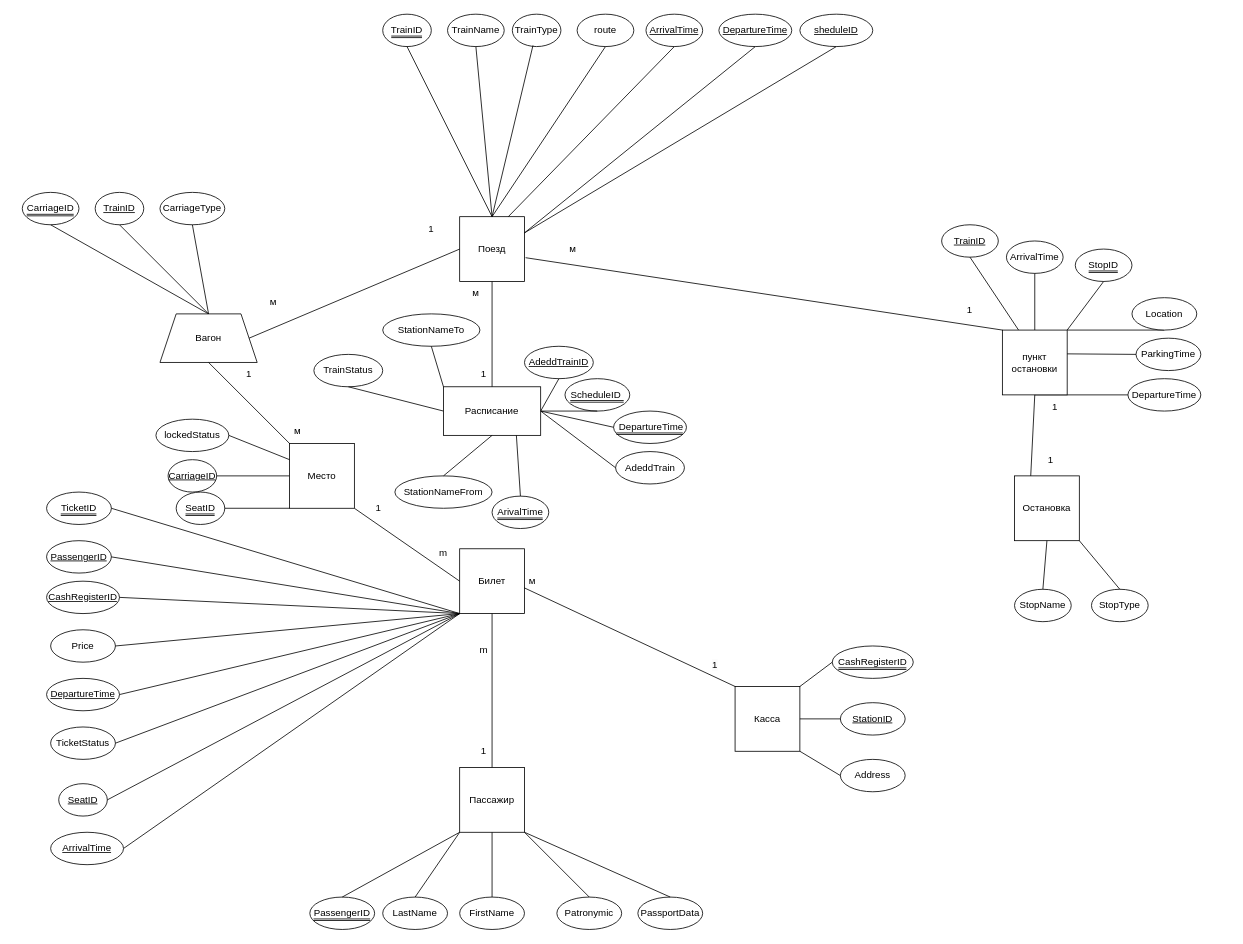
Above: lr2/lab2hurs.drawio in marinagovorova/DATABASES_ICT_2-3s_2022-2023_2023-2024 (draw.io), before the change. Source tidied: cells renumbered, new cells numbered last; positions are measured from the earlier drawing's top-left corner, leaving out a move shared by most shapes. Both pictures are drawn from the tidied source at 81%, with x=0, y=0 at pixel (22, 14).
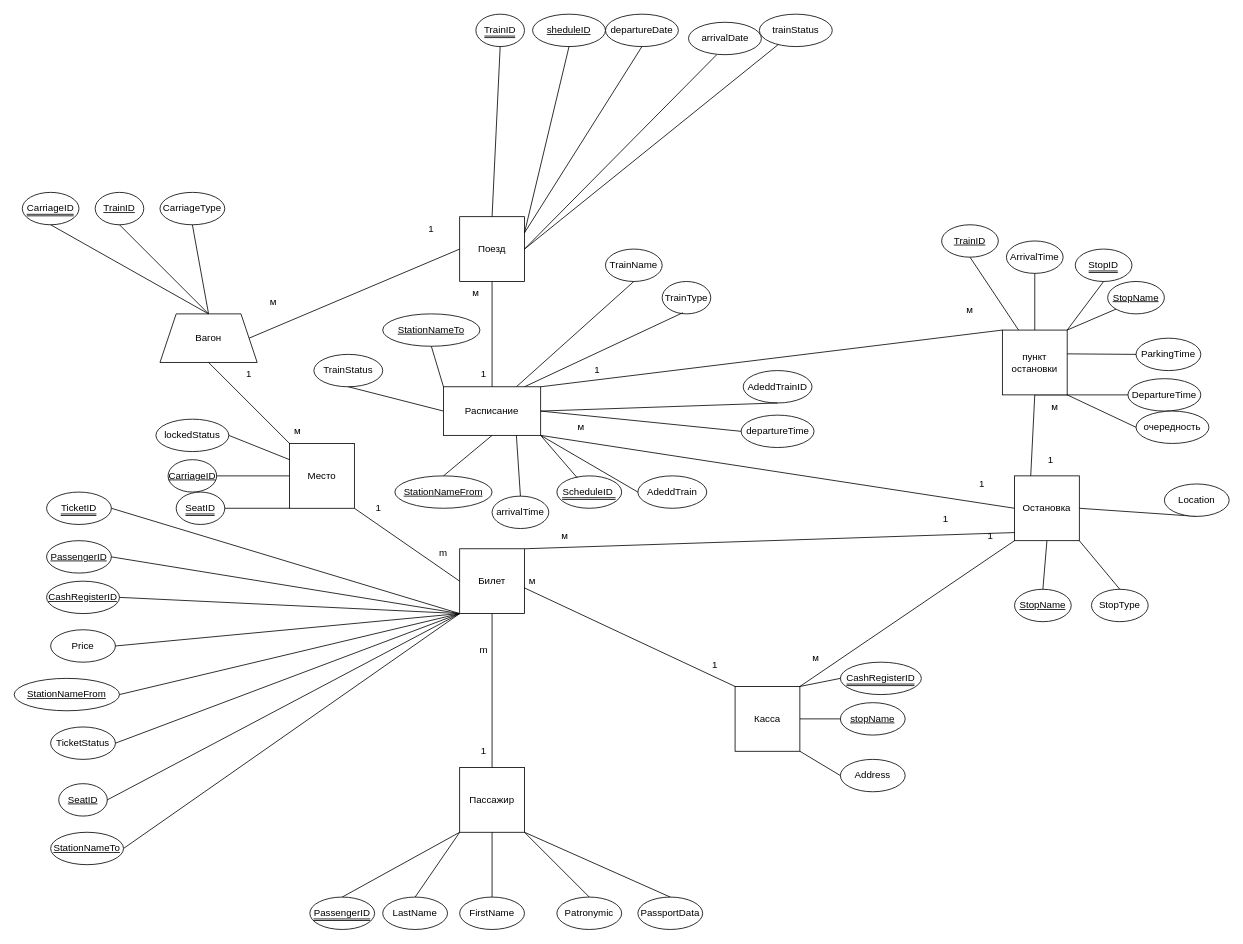
The same diagram, later.

Unchanged cells that the change refers to:
```xml
<mxCell id="2" value="Билет" style="whiteSpace=wrap;html=1;" parent="1" vertex="1">
  <mxGeometry x="540" y="660" width="80" height="80" as="geometry" />
</mxCell>
<mxCell id="3" value="Касса" style="whiteSpace=wrap;html=1;" parent="1" vertex="1">
  <mxGeometry x="880" y="830" width="80" height="80" as="geometry" />
</mxCell>
<mxCell id="5" value="Поезд" style="whiteSpace=wrap;html=1;" parent="1" vertex="1">
  <mxGeometry x="540" y="250" width="80" height="80" as="geometry" />
</mxCell>
<mxCell id="7" value="Остановка" style="whiteSpace=wrap;html=1;" parent="1" vertex="1">
  <mxGeometry x="1225" y="570" width="80" height="80" as="geometry" />
</mxCell>
<mxCell id="91" value="Расписание" style="rounded=0;whiteSpace=wrap;html=1;" parent="1" vertex="1">
  <mxGeometry x="520" y="460" width="120" height="60" as="geometry" />
</mxCell>
<mxCell id="103" value="пункт остановки" style="whiteSpace=wrap;html=1;" parent="1" vertex="1">
  <mxGeometry x="1210" y="390" width="80" height="80" as="geometry" />
</mxCell>
```

Change to the diagram source:
```diff
@@
     <mxCell id="10" value="&lt;span style=&quot;border-bottom: 3px double;&lt;br/&gt;&quot;&gt;TrainID&lt;/span&gt;" style="ellipse;whiteSpace=wrap;html=1;strokeColor=default;" parent="1" vertex="1">
-      <mxGeometry x="445" width="60" height="40" as="geometry" />
+      <mxGeometry x="560" width="60" height="40" as="geometry" />
     </mxCell>
     <mxCell id="11" value="TrainName" style="ellipse;whiteSpace=wrap;html=1;" parent="1" vertex="1">
-      <mxGeometry x="525" width="70" height="40" as="geometry" />
+      <mxGeometry x="720" y="290" width="70" height="40" as="geometry" />
     </mxCell>
     <mxCell id="12" value="TrainType" style="ellipse;whiteSpace=wrap;html=1;" parent="1" vertex="1">
-      <mxGeometry x="605" width="60" height="40" as="geometry" />
+      <mxGeometry x="790" y="330" width="60" height="40" as="geometry" />
     </mxCell>
-    <mxCell id="13" style="endArrow=none;html=1;rounded=0;entryX=0.5;entryY=1;entryDx=0;entryDy=0;exitX=0.5;exitY=0;exitDx=0;exitDy=0;" parent="1" edge="1" source="5" target="11">
+    <mxCell id="13" style="endArrow=none;html=1;rounded=0;entryX=0.5;entryY=1;entryDx=0;entryDy=0;exitX=0.75;exitY=0;exitDx=0;exitDy=0;" parent="1" edge="1" source="91" target="11">
       <mxGeometry relative="1" as="geometry" />
     </mxCell>
@@
-    <mxCell id="15" style="endArrow=none;html=1;rounded=0;entryX=0.425;entryY=0.964;entryDx=0;entryDy=0;entryPerimeter=0;exitX=0.5;exitY=0;exitDx=0;exitDy=0;" parent="1" edge="1" source="5" target="12">
+    <mxCell id="15" style="endArrow=none;html=1;rounded=0;entryX=0.425;entryY=0.964;entryDx=0;entryDy=0;entryPerimeter=0;exitX=0.833;exitY=0;exitDx=0;exitDy=0;exitPerimeter=0;" parent="1" edge="1" source="91" target="12">
       <mxGeometry relative="1" as="geometry" />
     </mxCell>
@@
-    <mxCell id="25" value="StopName" style="ellipse;whiteSpace=wrap;html=1;" parent="1" vertex="1">
+    <mxCell id="25" value="&lt;u&gt;StopName&lt;/u&gt;" style="ellipse;whiteSpace=wrap;html=1;" parent="1" vertex="1">
       <mxGeometry x="1225" y="710" width="70" height="40" as="geometry" />
     </mxCell>
@@
-    <mxCell id="36" value="&lt;u&gt;StationID&lt;/u&gt;" style="ellipse;whiteSpace=wrap;html=1;" parent="1" vertex="1">
+    <mxCell id="36" value="&lt;u&gt;stopName&lt;/u&gt;" style="ellipse;whiteSpace=wrap;html=1;" parent="1" vertex="1">
       <mxGeometry x="1010" y="850" width="80" height="40" as="geometry" />
     </mxCell>
     <mxCell id="37" value="&lt;span style=&quot;border-bottom: 3px double;&lt;br/&gt;&quot;&gt;CashRegisterID&lt;/span&gt;" style="ellipse;whiteSpace=wrap;html=1;" parent="1" vertex="1">
-      <mxGeometry x="1000" y="780" width="100" height="40" as="geometry" />
+      <mxGeometry x="1010" y="800" width="100" height="40" as="geometry" />
     </mxCell>
@@
-    <mxCell id="54" value="&lt;u&gt;DepartureTime&lt;/u&gt;" style="ellipse;whiteSpace=wrap;html=1;" parent="1" vertex="1">
-      <mxGeometry x="30" y="820" width="90" height="40" as="geometry" />
+    <mxCell id="54" value="&lt;u style=&quot;border-color: var(--border-color);&quot;&gt;StationNameFrom&lt;/u&gt;" style="ellipse;whiteSpace=wrap;html=1;" parent="1" vertex="1">
+      <mxGeometry x="-10" y="820" width="130" height="40" as="geometry" />
     </mxCell>
@@
     <mxCell id="70" value="&lt;span style=&quot;border-bottom: 3px double;&lt;br/&gt;&quot;&gt;ScheduleID&amp;nbsp;&lt;/span&gt;" style="ellipse;whiteSpace=wrap;html=1;" parent="1" vertex="1">
-      <mxGeometry x="670" y="450" width="80" height="40" as="geometry" />
+      <mxGeometry x="660" y="570" width="80" height="40" as="geometry" />
     </mxCell>
@@
-    <mxCell id="72" style="endArrow=none;html=1;rounded=0;entryX=0.5;entryY=1;entryDx=0;entryDy=0;exitX=1;exitY=0.5;exitDx=0;exitDy=0;" parent="1" edge="1" source="91" target="70">
+    <mxCell id="72" style="endArrow=none;html=1;rounded=0;entryX=0.317;entryY=0.067;entryDx=0;entryDy=0;entryPerimeter=0;exitX=1;exitY=1;exitDx=0;exitDy=0;" parent="1" edge="1" source="91" target="70">
       <mxGeometry relative="1" as="geometry" />
     </mxCell>
@@
     <mxCell id="74" value="AdeddTrain" style="ellipse;whiteSpace=wrap;html=1;" parent="1" vertex="1">
-      <mxGeometry x="732.5" y="540" width="85" height="40" as="geometry" />
+      <mxGeometry x="760" y="570" width="85" height="40" as="geometry" />
     </mxCell>
-    <mxCell id="75" value="&lt;u&gt;AdeddTrainID&lt;/u&gt;" style="ellipse;whiteSpace=wrap;html=1;" parent="1" vertex="1">
-      <mxGeometry x="620" y="410" width="85" height="40" as="geometry" />
+    <mxCell id="75" value="AdeddTrainID" style="ellipse;whiteSpace=wrap;html=1;" parent="1" vertex="1">
+      <mxGeometry x="890" y="440" width="85" height="40" as="geometry" />
     </mxCell>
-    <mxCell id="76" style="endArrow=none;html=1;rounded=0;entryX=1;entryY=0.5;entryDx=0;entryDy=0;exitX=0;exitY=0.5;exitDx=0;exitDy=0;" parent="1" edge="1" source="74" target="91">
+    <mxCell id="76" style="endArrow=none;html=1;rounded=0;entryX=1;entryY=1;entryDx=0;entryDy=0;exitX=0;exitY=0.5;exitDx=0;exitDy=0;" parent="1" edge="1" source="74" target="91">
       <mxGeometry relative="1" as="geometry" />
     </mxCell>
@@
-    <mxCell id="80" value="route" style="ellipse;whiteSpace=wrap;html=1;" parent="1" vertex="1">
-      <mxGeometry x="685" width="70" height="40" as="geometry" />
-    </mxCell>
-    <mxCell id="81" style="endArrow=none;html=1;rounded=0;entryX=0.5;entryY=1;entryDx=0;entryDy=0;exitX=0.5;exitY=0;exitDx=0;exitDy=0;" parent="1" edge="1" source="5" target="80">
-      <mxGeometry relative="1" as="geometry" />
-    </mxCell>
@@
-    <mxCell id="89" value="м" style="text;html=1;strokeColor=none;fillColor=none;align=center;verticalAlign=middle;whiteSpace=wrap;rounded=0;" parent="1" vertex="1">
-      <mxGeometry x="650" y="275" width="60" height="30" as="geometry" />
+    <mxCell id="89" value="1" style="text;html=1;strokeColor=none;fillColor=none;align=center;verticalAlign=middle;whiteSpace=wrap;rounded=0;" parent="1" vertex="1">
+      <mxGeometry x="680" y="425" width="60" height="30" as="geometry" />
     </mxCell>
@@
-    <mxCell id="92" value="StationNameTo" style="ellipse;whiteSpace=wrap;html=1;strokeColor=default;" parent="1" vertex="1">
+    <mxCell id="92" value="&lt;u&gt;StationNameTo&lt;/u&gt;" style="ellipse;whiteSpace=wrap;html=1;strokeColor=default;" parent="1" vertex="1">
       <mxGeometry x="445" y="370" width="120" height="40" as="geometry" />
     </mxCell>
-    <mxCell id="93" value="StationNameFrom" style="ellipse;whiteSpace=wrap;html=1;" parent="1" vertex="1">
+    <mxCell id="93" value="&lt;u&gt;StationNameFrom&lt;/u&gt;" style="ellipse;whiteSpace=wrap;html=1;" parent="1" vertex="1">
       <mxGeometry x="460" y="570" width="120" height="40" as="geometry" />
     </mxCell>
@@
-    <mxCell id="96" value="&lt;span style=&quot;border-bottom: 3px double;&lt;br/&gt;&quot;&gt;&amp;nbsp;DepartureTime &lt;/span&gt;" style="ellipse;whiteSpace=wrap;html=1;" parent="1" vertex="1">
-      <mxGeometry x="730" y="490" width="90" height="40" as="geometry" />
+    <mxCell id="96" value="departureTime" style="ellipse;whiteSpace=wrap;html=1;" parent="1" vertex="1">
+      <mxGeometry x="887.5" y="495" width="90" height="40" as="geometry" />
     </mxCell>
-    <mxCell id="97" value="&lt;span style=&quot;border-bottom: 3px double;&lt;br/&gt;&quot;&gt;ArivalTime&lt;/span&gt;" style="ellipse;whiteSpace=wrap;html=1;" parent="1" vertex="1">
+    <mxCell id="97" value="arrivalTime" style="ellipse;whiteSpace=wrap;html=1;" parent="1" vertex="1">
       <mxGeometry x="580" y="595" width="70" height="40" as="geometry" />
     </mxCell>
@@
-    <mxCell id="100" style="endArrow=none;html=1;rounded=0;entryX=0.5;entryY=1;entryDx=0;entryDy=0;exitX=1;exitY=0;exitDx=0;exitDy=0;" parent="1" edge="1" source="103" target="105">
+    <mxCell id="100" style="endArrow=none;html=1;rounded=0;entryX=0.5;entryY=1;entryDx=0;entryDy=0;exitX=1;exitY=0.5;exitDx=0;exitDy=0;" parent="1" edge="1" source="7" target="105">
       <mxGeometry relative="1" as="geometry" />
     </mxCell>
@@
     <mxCell id="105" value="Location" style="ellipse;whiteSpace=wrap;html=1;" parent="1" vertex="1">
-      <mxGeometry x="1370" y="350" width="80" height="40" as="geometry" />
+      <mxGeometry x="1410" y="580" width="80" height="40" as="geometry" />
     </mxCell>
@@
-    <mxCell id="108" value="1" style="text;html=1;strokeColor=none;fillColor=none;align=center;verticalAlign=middle;whiteSpace=wrap;rounded=0;" parent="1" vertex="1">
+    <mxCell id="108" value="м" style="text;html=1;strokeColor=none;fillColor=none;align=center;verticalAlign=middle;whiteSpace=wrap;rounded=0;" parent="1" vertex="1">
       <mxGeometry x="1140" y="350" width="60" height="30" as="geometry" />
     </mxCell>
-    <mxCell id="109" value="1" style="text;html=1;strokeColor=none;fillColor=none;align=center;verticalAlign=middle;whiteSpace=wrap;rounded=0;" parent="1" vertex="1">
+    <mxCell id="109" value="м" style="text;html=1;strokeColor=none;fillColor=none;align=center;verticalAlign=middle;whiteSpace=wrap;rounded=0;" parent="1" vertex="1">
       <mxGeometry x="1245" y="470" width="60" height="30" as="geometry" />
     </mxCell>
-    <mxCell id="110" value="&lt;u&gt;ArrivalTime&lt;/u&gt;" style="ellipse;whiteSpace=wrap;html=1;" parent="1" vertex="1">
-      <mxGeometry x="770" width="70" height="40" as="geometry" />
-    </mxCell>
-    <mxCell id="111" value="&lt;u&gt;DepartureTime&lt;/u&gt;" style="ellipse;whiteSpace=wrap;html=1;" parent="1" vertex="1">
-      <mxGeometry x="860" width="90" height="40" as="geometry" />
-    </mxCell>
-    <mxCell id="112" style="endArrow=none;html=1;rounded=0;entryX=0.5;entryY=1;entryDx=0;entryDy=0;" parent="1" edge="1" target="110">
-      <mxGeometry relative="1" as="geometry">
-        <mxPoint x="600" y="250" as="sourcePoint" />
-      </mxGeometry>
-    </mxCell>
-    <mxCell id="113" style="endArrow=none;html=1;rounded=0;entryX=0.5;entryY=1;entryDx=0;entryDy=0;exitX=1;exitY=0.25;exitDx=0;exitDy=0;" parent="1" edge="1" source="5" target="111">
-      <mxGeometry relative="1" as="geometry" />
-    </mxCell>
@@
     <mxCell id="116" value="&lt;u&gt;sheduleID&lt;/u&gt;" style="ellipse;whiteSpace=wrap;html=1;" parent="1" vertex="1">
-      <mxGeometry x="960" width="90" height="40" as="geometry" />
+      <mxGeometry x="630" width="90" height="40" as="geometry" />
     </mxCell>
-    <mxCell id="117" style="endArrow=none;html=1;rounded=0;exitX=1.017;exitY=0.633;exitDx=0;exitDy=0;entryX=0;entryY=0;entryDx=0;entryDy=0;exitPerimeter=0;" parent="1" edge="1" source="5" target="103">
+    <mxCell id="117" style="endArrow=none;html=1;rounded=0;exitX=1;exitY=0;exitDx=0;exitDy=0;entryX=0;entryY=0;entryDx=0;entryDy=0;" parent="1" edge="1" source="91" target="103">
       <mxGeometry relative="1" as="geometry" />
     </mxCell>
@@
-    <mxCell id="124" value="&lt;u&gt;ArrivalTime&lt;/u&gt;" style="ellipse;whiteSpace=wrap;html=1;" parent="1" vertex="1">
+    <mxCell id="124" value="&lt;u style=&quot;border-color: var(--border-color);&quot;&gt;StationNameTo&lt;/u&gt;" style="ellipse;whiteSpace=wrap;html=1;" parent="1" vertex="1">
       <mxGeometry x="35" y="1010" width="90" height="40" as="geometry" />
     </mxCell>
+    <mxCell id="125" style="endArrow=none;html=1;rounded=0;exitX=1;exitY=1;exitDx=0;exitDy=0;entryX=0;entryY=0.5;entryDx=0;entryDy=0;" parent="1" edge="1" source="91" target="7">
+      <mxGeometry relative="1" as="geometry" />
+    </mxCell>
+    <mxCell id="126" value="1" style="text;html=1;strokeColor=none;fillColor=none;align=center;verticalAlign=middle;whiteSpace=wrap;rounded=0;" parent="1" vertex="1">
+      <mxGeometry x="1155" y="565" width="60" height="30" as="geometry" />
+    </mxCell>
+    <mxCell id="127" value="м" style="text;html=1;strokeColor=none;fillColor=none;align=center;verticalAlign=middle;whiteSpace=wrap;rounded=0;" parent="1" vertex="1">
+      <mxGeometry x="660" y="495" width="60" height="30" as="geometry" />
+    </mxCell>
+    <mxCell id="128" value="&lt;u&gt;StopName&lt;/u&gt;" style="ellipse;whiteSpace=wrap;html=1;" parent="1" vertex="1">
+      <mxGeometry x="1340" y="330" width="70" height="40" as="geometry" />
+    </mxCell>
+    <mxCell id="129" style="endArrow=none;html=1;rounded=0;entryX=0;entryY=1;entryDx=0;entryDy=0;exitX=1;exitY=0;exitDx=0;exitDy=0;" parent="1" edge="1" source="103" target="128">
+      <mxGeometry relative="1" as="geometry" />
+    </mxCell>
+    <mxCell id="130" value="очередность&lt;br&gt;" style="ellipse;whiteSpace=wrap;html=1;" parent="1" vertex="1">
+      <mxGeometry x="1375" y="490" width="90" height="40" as="geometry" />
+    </mxCell>
+    <mxCell id="131" style="endArrow=none;html=1;rounded=0;entryX=0;entryY=0.5;entryDx=0;entryDy=0;exitX=0.75;exitY=0;exitDx=0;exitDy=0;" parent="1" edge="1" source="109" target="130">
+      <mxGeometry relative="1" as="geometry" />
+    </mxCell>
+    <mxCell id="132" value="departureDate" style="ellipse;whiteSpace=wrap;html=1;" parent="1" vertex="1">
+      <mxGeometry x="720" width="90" height="40" as="geometry" />
+    </mxCell>
+    <mxCell id="133" value="arrivalDate" style="ellipse;whiteSpace=wrap;html=1;" parent="1" vertex="1">
+      <mxGeometry x="822.5" y="10" width="90" height="40" as="geometry" />
+    </mxCell>
+    <mxCell id="134" style="endArrow=none;html=1;rounded=0;entryX=0.5;entryY=1;entryDx=0;entryDy=0;exitX=1;exitY=0.25;exitDx=0;exitDy=0;" parent="1" edge="1" source="5" target="132">
+      <mxGeometry relative="1" as="geometry" />
+    </mxCell>
+    <mxCell id="135" style="endArrow=none;html=1;rounded=0;entryX=0.387;entryY=1;entryDx=0;entryDy=0;exitX=1;exitY=0.5;exitDx=0;exitDy=0;entryPerimeter=0;" parent="1" edge="1" source="5" target="133">
+      <mxGeometry relative="1" as="geometry" />
+    </mxCell>
+    <mxCell id="136" value="trainStatus" style="ellipse;whiteSpace=wrap;html=1;" parent="1" vertex="1">
+      <mxGeometry x="910" width="90" height="40" as="geometry" />
+    </mxCell>
+    <mxCell id="137" style="endArrow=none;html=1;rounded=0;exitX=1;exitY=0.5;exitDx=0;exitDy=0;" parent="1" edge="1" source="5" target="136">
+      <mxGeometry relative="1" as="geometry" />
+    </mxCell>
+    <mxCell id="138" style="endArrow=none;html=1;rounded=0;entryX=1;entryY=0;entryDx=0;entryDy=0;exitX=0;exitY=1;exitDx=0;exitDy=0;" parent="1" edge="1" source="7" target="3">
+      <mxGeometry relative="1" as="geometry" />
+    </mxCell>
+    <mxCell id="139" value="&lt;span style=&quot;color: rgb(0, 0, 0); font-family: Helvetica; font-size: 12px; font-style: normal; font-variant-ligatures: normal; font-variant-caps: normal; font-weight: 400; letter-spacing: normal; orphans: 2; text-align: center; text-indent: 0px; text-transform: none; widows: 2; word-spacing: 0px; -webkit-text-stroke-width: 0px; background-color: rgb(251, 251, 251); text-decoration-thickness: initial; text-decoration-style: initial; text-decoration-color: initial; float: none; display: inline !important;&quot;&gt;1&lt;/span&gt;" style="text;whiteSpace=wrap;html=1;" parent="1" vertex="1">
+      <mxGeometry x="1190" y="630" width="35" height="40" as="geometry" />
+    </mxCell>
+    <mxCell id="140" value="м" style="text;html=1;strokeColor=none;fillColor=none;align=center;verticalAlign=middle;whiteSpace=wrap;rounded=0;" parent="1" vertex="1">
+      <mxGeometry x="950" y="780" width="60" height="30" as="geometry" />
+    </mxCell>
+    <mxCell id="141" style="endArrow=none;html=1;rounded=0;entryX=1;entryY=0;entryDx=0;entryDy=0;exitX=1;exitY=0.25;exitDx=0;exitDy=0;" parent="1" edge="1" source="139" target="2">
+      <mxGeometry relative="1" as="geometry" />
+    </mxCell>
+    <mxCell id="142" value="&lt;span style=&quot;color: rgb(0, 0, 0); font-family: Helvetica; font-size: 12px; font-style: normal; font-variant-ligatures: normal; font-variant-caps: normal; font-weight: 400; letter-spacing: normal; orphans: 2; text-align: center; text-indent: 0px; text-transform: none; widows: 2; word-spacing: 0px; -webkit-text-stroke-width: 0px; background-color: rgb(251, 251, 251); text-decoration-thickness: initial; text-decoration-style: initial; text-decoration-color: initial; float: none; display: inline !important;&quot;&gt;1&lt;/span&gt;" style="text;whiteSpace=wrap;html=1;" parent="1" vertex="1">
+      <mxGeometry x="1135" y="610" width="40" height="40" as="geometry" />
+    </mxCell>
+    <mxCell id="143" value="м" style="text;html=1;strokeColor=none;fillColor=none;align=center;verticalAlign=middle;whiteSpace=wrap;rounded=0;" parent="1" vertex="1">
+      <mxGeometry x="640" y="630" width="60" height="30" as="geometry" />
+    </mxCell>
```
